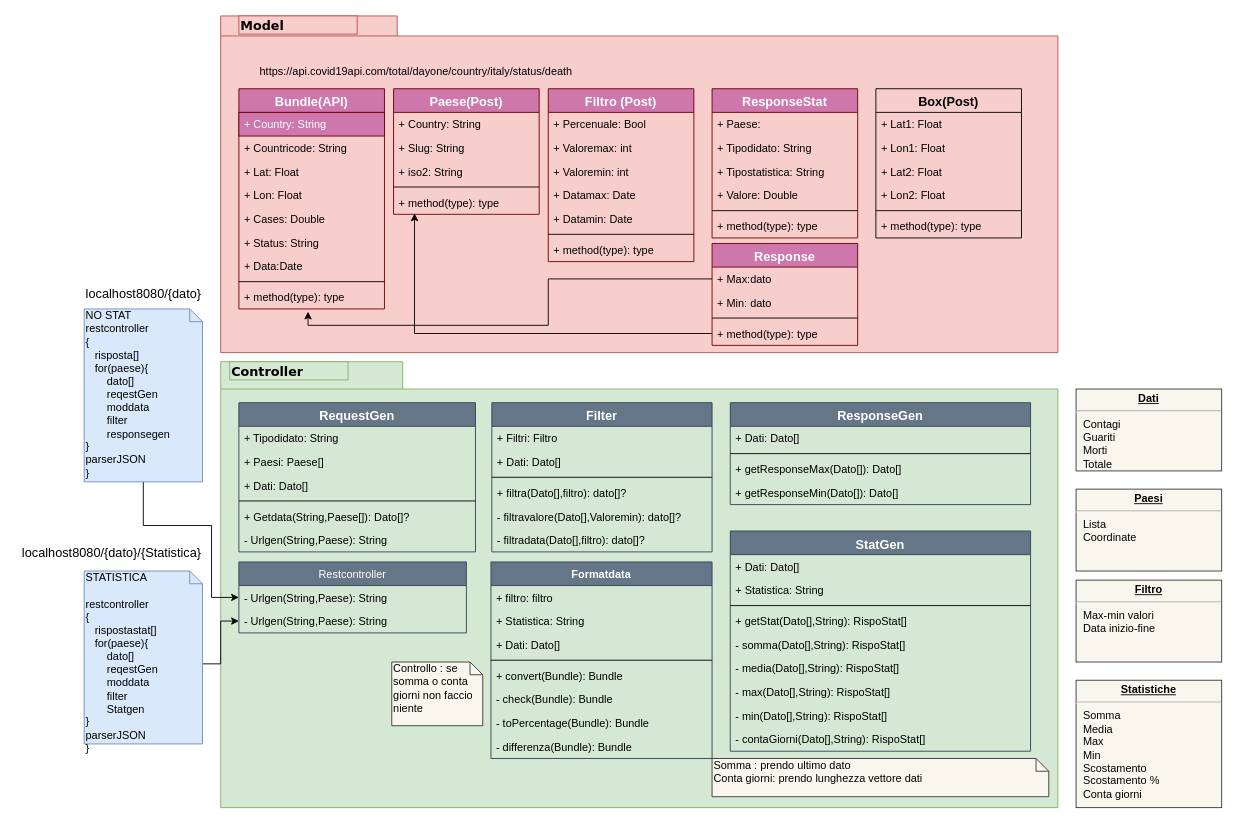
Earlier version of the draw.io diagram Untitled Diagram.drawio (alesimattia/Prog_oggetti_Univpm). Source tidied: cells renumbered, new cells numbered last; positions are measured from the earlier drawing's top-left corner, leaving out a move shared by most shapes. Both pictures are drawn from the tidied source at 91%, with x=0, y=0 at pixel (15, 15).
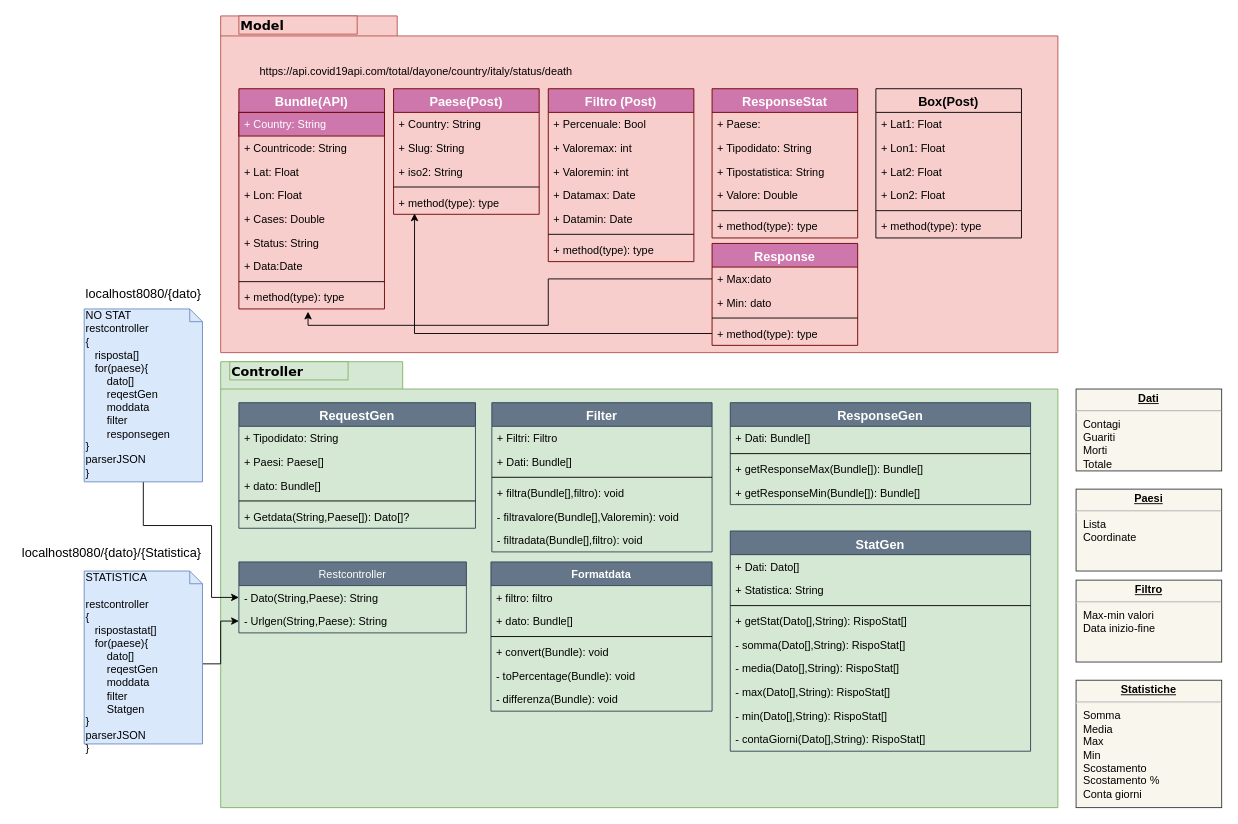
The same page after the edit.

The change refers to these unchanged cells:
```xml
<mxCell id="63" value="Filter" style="swimlane;fontStyle=1;align=center;verticalAlign=top;horizontal=1;startSize=26;fontSize=14;fillColor=#647687;strokeColor=#314354;fontColor=#ffffff;" parent="1" vertex="1">
  <mxGeometry x="523" y="425" width="242" height="164" as="geometry" />
</mxCell>
<mxCell id="70" value="ResponseGen" style="swimlane;fontStyle=1;align=center;verticalAlign=top;horizontal=1;startSize=26;fontSize=14;fillColor=#647687;strokeColor=#314354;fontColor=#ffffff;" parent="1" vertex="1">
  <mxGeometry x="785" y="425" width="330" height="112" as="geometry" />
</mxCell>
<mxCell id="75" value="Restcontroller" style="swimlane;fontStyle=0;horizontal=1;startSize=26;fillColor=#647687;strokeColor=#314354;fontColor=#ffffff;" parent="1" vertex="1">
  <mxGeometry x="245" y="600" width="250" height="78" as="geometry" />
</mxCell>
```

Diff of the diagram source:
```diff
@@
     <mxCell id="56" value="RequestGen" style="swimlane;fontStyle=1;align=center;verticalAlign=top;horizontal=1;startSize=26;fontSize=14;fillColor=#647687;strokeColor=#314354;fontColor=#ffffff;" parent="1" vertex="1">
-      <mxGeometry x="245" y="425" width="260" height="164" as="geometry" />
+      <mxGeometry x="245" y="425" width="260" height="138" as="geometry" />
     </mxCell>
@@
-    <mxCell id="59" value="+ Dati: Dato[]" style="text;strokeColor=none;fillColor=none;align=left;verticalAlign=top;spacingLeft=4;spacingRight=4;overflow=hidden;fontColor=#000000;" parent="56" vertex="1">
+    <mxCell id="59" value="+ dato: Bundle[]" style="text;strokeColor=none;fillColor=none;align=left;verticalAlign=top;spacingLeft=4;spacingRight=4;overflow=hidden;fontColor=#000000;" parent="56" vertex="1">
       <mxGeometry y="78" width="260" height="26" as="geometry" />
     </mxCell>
@@
-    <mxCell id="62" value="- Urlgen(String,Paese): String" style="text;strokeColor=none;fillColor=none;align=left;verticalAlign=top;spacingLeft=4;spacingRight=4;overflow=hidden;fontColor=#000000;" parent="56" vertex="1">
-      <mxGeometry y="138" width="260" height="26" as="geometry" />
-    </mxCell>
@@
-    <mxCell id="65" value="+ Dati: Dato[]" style="text;strokeColor=none;fillColor=none;align=left;verticalAlign=top;spacingLeft=4;spacingRight=4;overflow=hidden;fontColor=#000000;" parent="63" vertex="1">
+    <mxCell id="65" value="+ Dati: Bundle[]" style="text;strokeColor=none;fillColor=none;align=left;verticalAlign=top;spacingLeft=4;spacingRight=4;overflow=hidden;fontColor=#000000;" parent="63" vertex="1">
       <mxGeometry y="52" width="242" height="26" as="geometry" />
     </mxCell>
@@
-    <mxCell id="67" value="+ filtra(Dato[],filtro): dato[]?" style="text;strokeColor=none;fillColor=none;align=left;verticalAlign=top;spacingLeft=4;spacingRight=4;overflow=hidden;fontColor=#000000;" parent="63" vertex="1">
+    <mxCell id="67" value="+ filtra(Bundle[],filtro): void" style="text;strokeColor=none;fillColor=none;align=left;verticalAlign=top;spacingLeft=4;spacingRight=4;overflow=hidden;fontColor=#000000;" parent="63" vertex="1">
       <mxGeometry y="86" width="242" height="26" as="geometry" />
     </mxCell>
-    <mxCell id="68" value="- filtravalore(Dato[],Valoremin): dato[]?" style="text;strokeColor=none;fillColor=none;align=left;verticalAlign=top;spacingLeft=4;spacingRight=4;overflow=hidden;fontColor=#000000;" parent="63" vertex="1">
+    <mxCell id="68" value="- filtravalore(Bundle[],Valoremin): void" style="text;strokeColor=none;fillColor=none;align=left;verticalAlign=top;spacingLeft=4;spacingRight=4;overflow=hidden;fontColor=#000000;" parent="63" vertex="1">
       <mxGeometry y="112" width="242" height="26" as="geometry" />
     </mxCell>
-    <mxCell id="69" value="- filtradata(Dato[],filtro): dato[]?" style="text;strokeColor=none;fillColor=none;align=left;verticalAlign=top;spacingLeft=4;spacingRight=4;overflow=hidden;fontColor=#000000;" parent="63" vertex="1">
+    <mxCell id="69" value="- filtradata(Bundle[],filtro): void" style="text;strokeColor=none;fillColor=none;align=left;verticalAlign=top;spacingLeft=4;spacingRight=4;overflow=hidden;fontColor=#000000;" parent="63" vertex="1">
       <mxGeometry y="138" width="242" height="26" as="geometry" />
     </mxCell>
@@
-    <mxCell id="71" value="+ Dati: Dato[]" style="text;strokeColor=none;fillColor=none;align=left;verticalAlign=top;spacingLeft=4;spacingRight=4;overflow=hidden;fontColor=#000000;" parent="70" vertex="1">
+    <mxCell id="71" value="+ Dati: Bundle[]" style="text;strokeColor=none;fillColor=none;align=left;verticalAlign=top;spacingLeft=4;spacingRight=4;overflow=hidden;fontColor=#000000;" parent="70" vertex="1">
       <mxGeometry y="26" width="330" height="26" as="geometry" />
     </mxCell>
@@
-    <mxCell id="73" value="+ getResponseMax(Dato[]): Dato[]" style="text;strokeColor=none;fillColor=none;align=left;verticalAlign=top;spacingLeft=4;spacingRight=4;overflow=hidden;fontColor=#000000;" parent="70" vertex="1">
+    <mxCell id="73" value="+ getResponseMax(Bundle[]): Bundle[]" style="text;strokeColor=none;fillColor=none;align=left;verticalAlign=top;spacingLeft=4;spacingRight=4;overflow=hidden;fontColor=#000000;" parent="70" vertex="1">
       <mxGeometry y="60" width="330" height="26" as="geometry" />
     </mxCell>
-    <mxCell id="74" value="+ getResponseMin(Dato[]): Dato[]" style="text;strokeColor=none;fillColor=none;align=left;verticalAlign=top;spacingLeft=4;spacingRight=4;overflow=hidden;fontColor=#000000;" parent="70" vertex="1">
+    <mxCell id="74" value="+ getResponseMin(Bundle[]): Bundle[]" style="text;strokeColor=none;fillColor=none;align=left;verticalAlign=top;spacingLeft=4;spacingRight=4;overflow=hidden;fontColor=#000000;" parent="70" vertex="1">
       <mxGeometry y="86" width="330" height="26" as="geometry" />
     </mxCell>
@@
-    <mxCell id="76" value="- Urlgen(String,Paese): String" style="text;strokeColor=none;fillColor=none;align=left;verticalAlign=top;spacingLeft=4;spacingRight=4;overflow=hidden;fontColor=#000000;" parent="75" vertex="1">
+    <mxCell id="76" value="- Dato(String,Paese): String" style="text;strokeColor=none;fillColor=none;align=left;verticalAlign=top;spacingLeft=4;spacingRight=4;overflow=hidden;fontColor=#000000;" parent="75" vertex="1">
       <mxGeometry y="26" width="250" height="26" as="geometry" />
     </mxCell>
@@
     <mxCell id="92" value="Formatdata" style="swimlane;fontStyle=1;align=center;verticalAlign=top;horizontal=1;startSize=26;fillColor=#647687;strokeColor=#314354;fontColor=#ffffff;" parent="1" vertex="1">
-      <mxGeometry x="522" y="600" width="243" height="216" as="geometry" />
+      <mxGeometry x="522" y="600" width="243" height="164" as="geometry" />
     </mxCell>
@@
-    <mxCell id="94" value="+ Statistica: String" style="text;strokeColor=none;fillColor=none;align=left;verticalAlign=top;spacingLeft=4;spacingRight=4;overflow=hidden;fontColor=#000000;" parent="92" vertex="1">
-      <mxGeometry y="52" width="243" height="26" as="geometry" />
-    </mxCell>
-    <mxCell id="95" value="+ Dati: Dato[]" style="text;strokeColor=none;fillColor=none;align=left;verticalAlign=top;spacingLeft=4;spacingRight=4;overflow=hidden;fontColor=#000000;" parent="92" vertex="1">
-      <mxGeometry y="78" width="243" height="26" as="geometry" />
+    <mxCell id="95" value="+ dato: Bundle[]" style="text;strokeColor=none;fillColor=none;align=left;verticalAlign=top;spacingLeft=4;spacingRight=4;overflow=hidden;fontColor=#000000;" parent="92" vertex="1">
+      <mxGeometry y="52" width="243" height="26" as="geometry" />
     </mxCell>
     <mxCell id="96" style="line;strokeWidth=1;fillColor=none;align=left;verticalAlign=middle;spacingTop=-1;spacingLeft=3;spacingRight=3;labelPosition=right;fontColor=#000000;" parent="92" vertex="1">
-      <mxGeometry y="104" width="243" height="8" as="geometry" />
+      <mxGeometry y="78" width="243" height="8" as="geometry" />
     </mxCell>
-    <mxCell id="97" value="+ convert(Bundle): Bundle" style="text;strokeColor=none;fillColor=none;align=left;verticalAlign=top;spacingLeft=4;spacingRight=4;overflow=hidden;fontColor=#000000;" parent="92" vertex="1">
-      <mxGeometry y="112" width="243" height="26" as="geometry" />
+    <mxCell id="97" value="+ convert(Bundle): void" style="text;strokeColor=none;fillColor=none;align=left;verticalAlign=top;spacingLeft=4;spacingRight=4;overflow=hidden;fontColor=#000000;" parent="92" vertex="1">
+      <mxGeometry y="86" width="243" height="26" as="geometry" />
     </mxCell>
-    <mxCell id="98" value="- check(Bundle): Bundle" style="text;strokeColor=none;fillColor=none;align=left;verticalAlign=top;spacingLeft=4;spacingRight=4;overflow=hidden;fontColor=#000000;" parent="92" vertex="1">
-      <mxGeometry y="138" width="243" height="26" as="geometry" />
-    </mxCell>
-    <mxCell id="99" value="- toPercentage(Bundle): Bundle" style="text;strokeColor=none;fillColor=none;align=left;verticalAlign=top;spacingLeft=4;spacingRight=4;overflow=hidden;fontColor=#000000;" parent="92" vertex="1">
-      <mxGeometry y="164" width="243" height="26" as="geometry" />
+    <mxCell id="99" value="- toPercentage(Bundle): void" style="text;strokeColor=none;fillColor=none;align=left;verticalAlign=top;spacingLeft=4;spacingRight=4;overflow=hidden;fontColor=#000000;" parent="92" vertex="1">
+      <mxGeometry y="112" width="243" height="26" as="geometry" />
     </mxCell>
-    <mxCell id="100" value="- differenza(Bundle): Bundle" style="text;strokeColor=none;fillColor=none;align=left;verticalAlign=top;spacingLeft=4;spacingRight=4;overflow=hidden;fontColor=#000000;" parent="92" vertex="1">
-      <mxGeometry y="190" width="243" height="26" as="geometry" />
+    <mxCell id="100" value="- differenza(Bundle): void" style="text;strokeColor=none;fillColor=none;align=left;verticalAlign=top;spacingLeft=4;spacingRight=4;overflow=hidden;fontColor=#000000;" parent="92" vertex="1">
+      <mxGeometry y="138" width="243" height="26" as="geometry" />
     </mxCell>
-    <mxCell id="101" value="Controllo : se somma o conta giorni non faccio niente&lt;br&gt;" style="shape=note;whiteSpace=wrap;html=1;size=14;verticalAlign=top;align=left;spacingTop=-6;strokeColor=#36393d;fillColor=#f9f7ed;fontColor=#000000;" parent="1" vertex="1">
-      <mxGeometry x="413" y="710" width="100" height="70" as="geometry" />
-    </mxCell>
-    <mxCell id="102" value="Somma : prendo ultimo dato&lt;br&gt;Conta giorni: prendo lunghezza vettore dati" style="shape=note;whiteSpace=wrap;html=1;size=14;verticalAlign=top;align=left;spacingTop=-6;strokeColor=#36393d;fillColor=#f9f7ed;fontColor=#000000;" parent="1" vertex="1">
-      <mxGeometry x="765" y="816" width="370" height="42" as="geometry" />
-    </mxCell>
```
